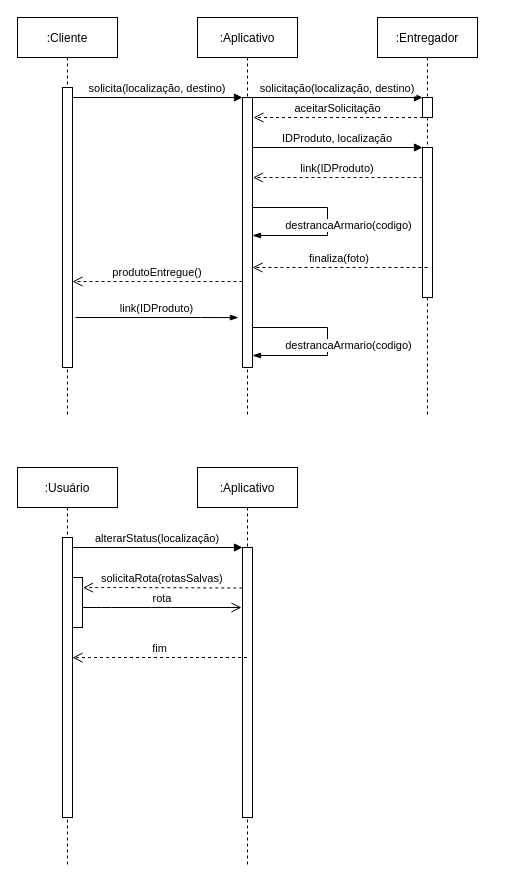
Earlier version of the draw.io diagram Caso de uso extendido.drawio (bruniculos08/SOFT003). Source tidied: cells renumbered, new cells numbered last; positions are measured from the earlier drawing's top-left corner, leaving out a move shared by most shapes. Both pictures are drawn from the tidied source at 100%, with x=0, y=0 at pixel (17, 17).
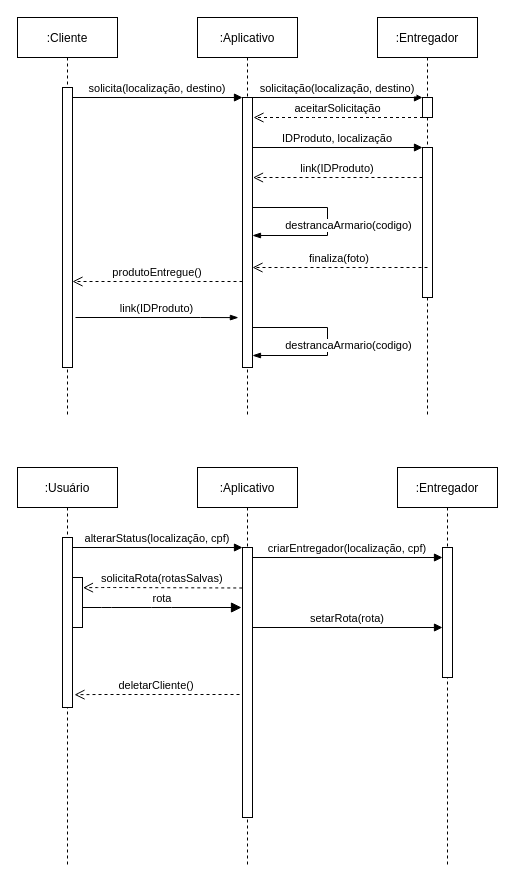
Above is the later version.

The change refers to these unchanged cells:
```xml
<mxCell id="22" value=":Usuário" style="shape=umlLifeline;perimeter=lifelinePerimeter;rounded=0;shadow=0;strokeWidth=1;" parent="1" vertex="1">
  <mxGeometry y="450" width="100" height="400" as="geometry" />
</mxCell>
<mxCell id="24" style="points=[];perimeter=orthogonalPerimeter;rounded=0;shadow=0;strokeWidth=1;" parent="22" vertex="1">
  <mxGeometry x="55" y="110" width="10" height="50" as="geometry" />
</mxCell>
<mxCell id="25" value=":Aplicativo" style="shape=umlLifeline;perimeter=lifelinePerimeter;rounded=0;shadow=0;strokeWidth=1;" parent="1" vertex="1">
  <mxGeometry x="180" y="450" width="100" height="400" as="geometry" />
</mxCell>
<mxCell id="26" style="points=[];perimeter=orthogonalPerimeter;rounded=0;shadow=0;strokeWidth=1;" parent="25" vertex="1">
  <mxGeometry x="45" y="80" width="10" height="270" as="geometry" />
</mxCell>
```

The edit, as a diff of the source:
```diff
@@
     <mxCell id="23" style="points=[];perimeter=orthogonalPerimeter;rounded=0;shadow=0;strokeWidth=1;" parent="22" vertex="1">
-      <mxGeometry x="45" y="70" width="10" height="280" as="geometry" />
+      <mxGeometry x="45" y="70" width="10" height="170" as="geometry" />
     </mxCell>
@@
-    <mxCell id="27" value="fim" style="verticalAlign=bottom;endArrow=open;dashed=1;endSize=8;shadow=0;strokeWidth=1;entryX=1.046;entryY=0.204;entryDx=0;entryDy=0;entryPerimeter=0;" parent="25" edge="1" source="25">
-      <mxGeometry relative="1" as="geometry">
-        <mxPoint x="-125" y="190.2" as="targetPoint" />
-        <Array as="points">
-          <mxPoint x="-100.5" y="190" />
-        </Array>
-      </mxGeometry>
-    </mxCell>
-    <mxCell id="28" value="alterarStatus(localização)" style="verticalAlign=bottom;endArrow=block;entryX=0;entryY=0;shadow=0;strokeWidth=1;" parent="1" edge="1" source="23" target="26">
+    <mxCell id="28" value="alterarStatus(localização, cpf)" style="verticalAlign=bottom;endArrow=block;entryX=0;entryY=0;shadow=0;strokeWidth=1;" parent="1" edge="1" source="23" target="26">
       <mxGeometry relative="1" as="geometry" />
     </mxCell>
-    <mxCell id="29" value="rota" style="verticalAlign=bottom;endArrow=open;endSize=8;shadow=0;strokeWidth=1;" parent="1" edge="1" source="24">
+    <mxCell id="29" value="rota" style="verticalAlign=bottom;endArrow=block;endSize=8;shadow=0;strokeWidth=1;endFill=1;" parent="1" edge="1" source="24">
       <mxGeometry relative="1" as="geometry">
         <mxPoint x="224" y="590" as="targetPoint" />
         <Array as="points">
           <mxPoint x="84" y="590" />
           <mxPoint x="144" y="590" />
         </Array>
       </mxGeometry>
     </mxCell>
@@
+    <mxCell id="27" value="deletarCliente()" style="verticalAlign=bottom;endArrow=open;dashed=1;endSize=8;shadow=0;strokeWidth=1;entryX=1.046;entryY=0.204;entryDx=0;entryDy=0;entryPerimeter=0;" parent="1" edge="1">
+      <mxGeometry relative="1" as="geometry">
+        <mxPoint x="222" y="677" as="sourcePoint" />
+        <mxPoint x="57" y="677.2" as="targetPoint" />
+        <Array as="points">
+          <mxPoint x="81.5" y="677" />
+        </Array>
+      </mxGeometry>
+    </mxCell>
+    <mxCell id="31" value=":Entregador" style="shape=umlLifeline;perimeter=lifelinePerimeter;rounded=0;shadow=0;strokeWidth=1;" parent="1" vertex="1">
+      <mxGeometry x="380" y="450" width="100" height="400" as="geometry" />
+    </mxCell>
+    <mxCell id="32" style="points=[];perimeter=orthogonalPerimeter;rounded=0;shadow=0;strokeWidth=1;" parent="31" vertex="1">
+      <mxGeometry x="45" y="80" width="10" height="130" as="geometry" />
+    </mxCell>
+    <mxCell id="33" value="criarEntregador(localização, cpf)" style="verticalAlign=bottom;endArrow=block;shadow=0;strokeWidth=1;" parent="1" edge="1" target="32">
+      <mxGeometry relative="1" as="geometry">
+        <mxPoint x="235" y="540" as="sourcePoint" />
+      </mxGeometry>
+    </mxCell>
+    <mxCell id="34" value="setarRota(rota)" style="verticalAlign=bottom;endArrow=block;shadow=0;strokeWidth=1;" parent="1" edge="1">
+      <mxGeometry relative="1" as="geometry">
+        <mxPoint x="235" y="610" as="sourcePoint" />
+        <mxPoint x="425" y="610" as="targetPoint" />
+      </mxGeometry>
+    </mxCell>
```
